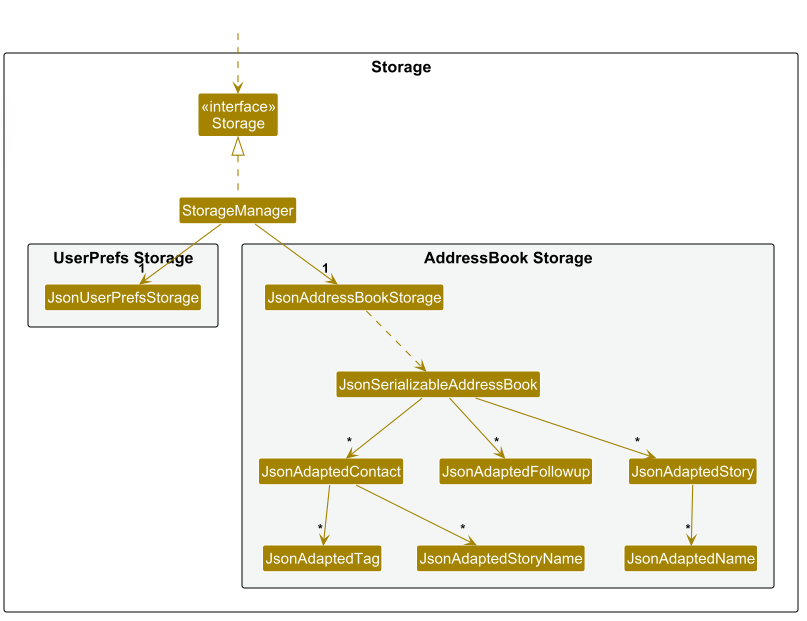
Earlier version of the PlantUML export docs/images/StorageClassDiagram.png (AY2627S1-CS2103T-T13-3/tp). Its source is kept beside it as docs/diagrams/StorageClassDiagram.puml.
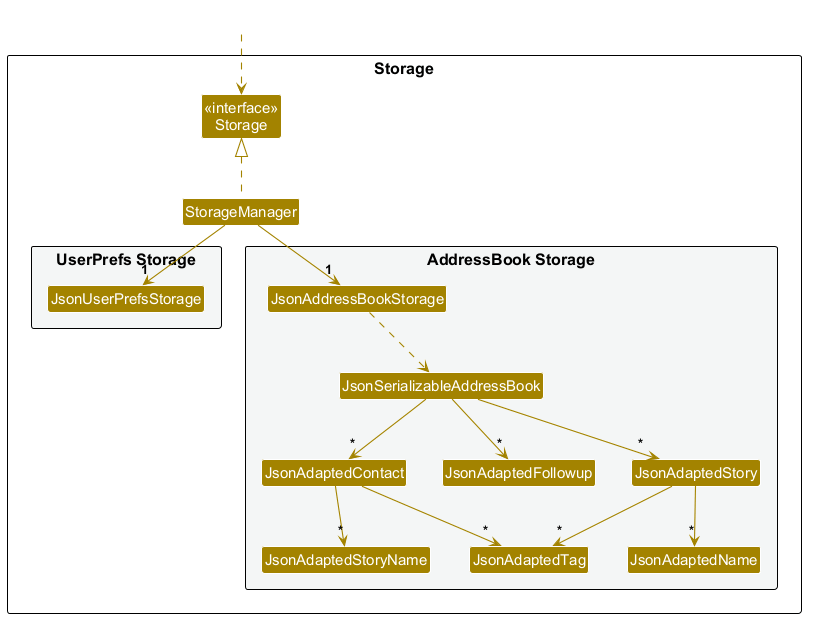
After the change.

Commit message:
Update storage class diagram

What changed in the source:
```diff
@@ -41,6 +41,7 @@
 JsonAdaptedContact --> "*" JsonAdaptedTag
 JsonAdaptedContact --> "*" JsonAdaptedStoryName
 
+JsonAdaptedStory --> "*" JsonAdaptedTag
 JsonAdaptedStory --> "*" JsonAdaptedName
 
 @enduml
```
